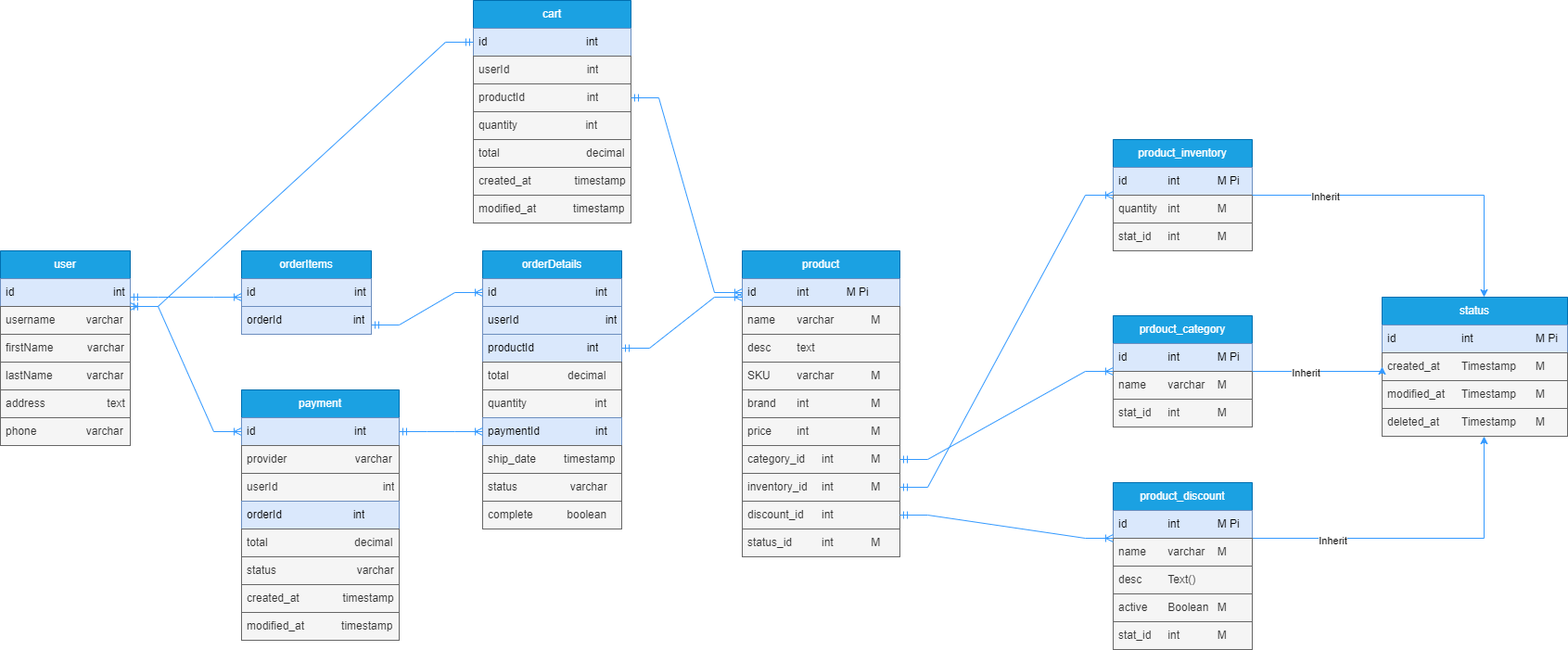
Above: ecommerce.png in sharifmajumdar/fs14-ecommerce-erd (draw.io), before the change. Source tidied: cells renumbered, new cells last; positions are measured from the earlier drawing's top-left corner, leaving out a move shared by most shapes.
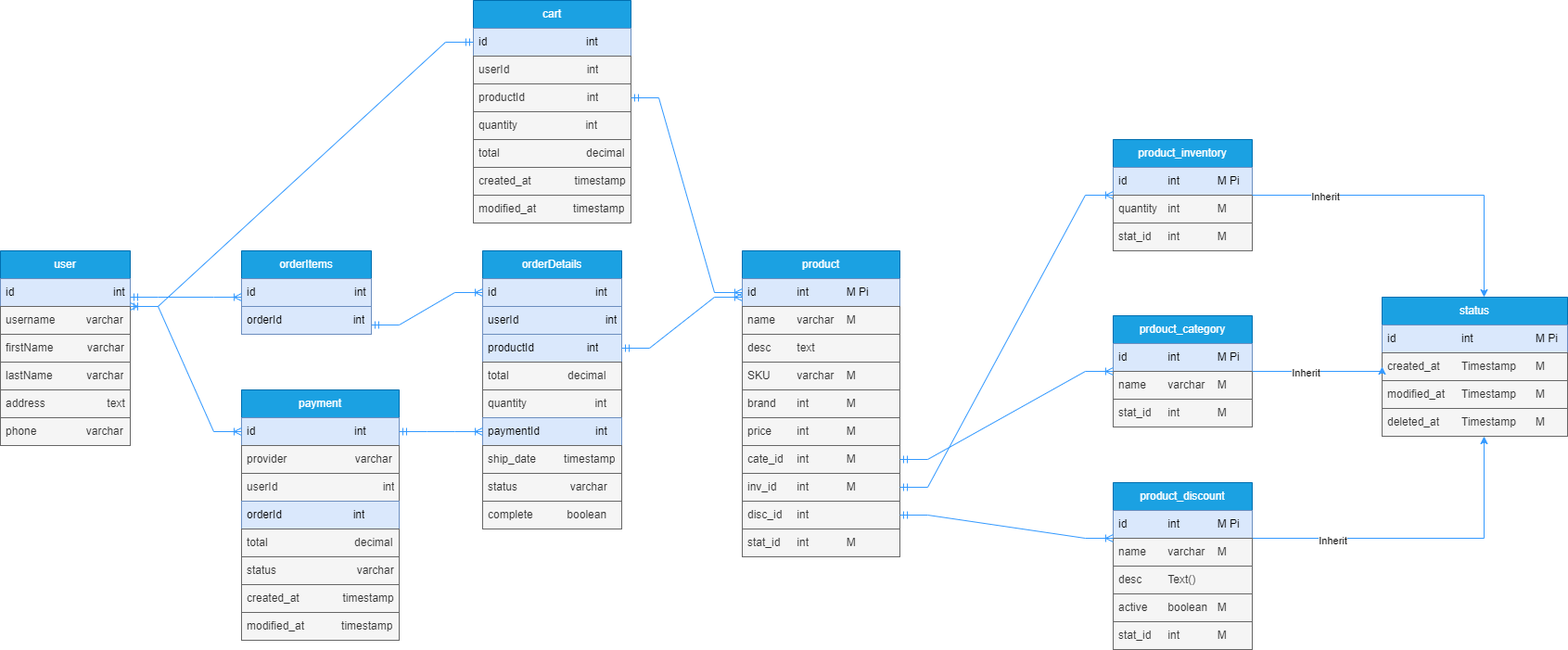
Later version of the same file.

What changed in the source:
```diff
@@ -77,31 +77,31 @@
     <mxCell id="25" value="id&lt;span style=&quot;white-space: pre;&quot;&gt;&#9;&lt;/span&gt;&lt;span style=&quot;white-space: pre;&quot;&gt;&#9;&lt;/span&gt;int&lt;span style=&quot;white-space: pre;&quot;&gt;&#9;&lt;/span&gt;&lt;span style=&quot;white-space: pre;&quot;&gt;&#9;&lt;/span&gt;M Pi" style="text;strokeColor=#6c8ebf;fillColor=#dae8fc;align=left;verticalAlign=middle;spacingLeft=4;spacingRight=4;overflow=hidden;points=[[0,0.5],[1,0.5]];portConstraint=eastwest;whiteSpace=wrap;html=1;" parent="24" vertex="1">
       <mxGeometry y="30" width="170" height="30" as="geometry" />
     </mxCell>
-    <mxCell id="26" value="name&lt;span style=&quot;white-space: pre;&quot;&gt;&#9;&lt;/span&gt;varchar&lt;span style=&quot;white-space: pre;&quot;&gt;&#9;&lt;span style=&quot;white-space: pre;&quot;&gt;&#9;&lt;/span&gt;&lt;/span&gt;M" style="text;strokeColor=#666666;fillColor=#f5f5f5;align=left;verticalAlign=middle;spacingLeft=4;spacingRight=4;overflow=hidden;whiteSpace=wrap;html=1;fontColor=#333333;" parent="24" vertex="1">
+    <mxCell id="26" value="name&lt;span style=&quot;white-space: pre;&quot;&gt;&#9;&lt;/span&gt;varchar&lt;span style=&quot;white-space: pre;&quot;&gt;&#9;&lt;/span&gt;M" style="text;strokeColor=#666666;fillColor=#f5f5f5;align=left;verticalAlign=middle;spacingLeft=4;spacingRight=4;overflow=hidden;whiteSpace=wrap;html=1;fontColor=#333333;" parent="24" vertex="1">
       <mxGeometry y="60" width="170" height="30" as="geometry" />
     </mxCell>
     <mxCell id="27" value="desc&lt;span style=&quot;white-space: pre;&quot;&gt;&#9;&lt;/span&gt;text&lt;span style=&quot;white-space: pre;&quot;&gt;&#9;&lt;/span&gt;" style="text;strokeColor=#666666;fillColor=#f5f5f5;align=left;verticalAlign=middle;spacingLeft=4;spacingRight=4;overflow=hidden;whiteSpace=wrap;html=1;fontColor=#333333;" parent="24" vertex="1">
       <mxGeometry y="90" width="170" height="30" as="geometry" />
     </mxCell>
-    <mxCell id="28" value="SKU&lt;span style=&quot;white-space: pre;&quot;&gt;&#9;&lt;/span&gt;&lt;span style=&quot;white-space: pre;&quot;&gt;&#9;&lt;/span&gt;varchar&lt;span style=&quot;white-space: pre;&quot;&gt;&#9;&lt;span style=&quot;white-space: pre;&quot;&gt;&#9;&lt;/span&gt;&lt;/span&gt;M" style="text;strokeColor=#666666;fillColor=#f5f5f5;align=left;verticalAlign=middle;spacingLeft=4;spacingRight=4;overflow=hidden;whiteSpace=wrap;html=1;fontColor=#333333;" parent="24" vertex="1">
+    <mxCell id="28" value="SKU&lt;span style=&quot;white-space: pre;&quot;&gt;&#9;&lt;/span&gt;&lt;span style=&quot;white-space: pre;&quot;&gt;&#9;&lt;/span&gt;varchar&lt;span style=&quot;white-space: pre;&quot;&gt;&#9;&lt;/span&gt;M" style="text;strokeColor=#666666;fillColor=#f5f5f5;align=left;verticalAlign=middle;spacingLeft=4;spacingRight=4;overflow=hidden;whiteSpace=wrap;html=1;fontColor=#333333;" parent="24" vertex="1">
       <mxGeometry y="120" width="170" height="30" as="geometry" />
     </mxCell>
-    <mxCell id="29" value="brand&lt;span style=&quot;white-space: pre;&quot;&gt;&#9;&lt;/span&gt;int&lt;span style=&quot;white-space: pre;&quot;&gt;&#9;&lt;/span&gt;&lt;span style=&quot;white-space: pre;&quot;&gt;&#9;&lt;span style=&quot;white-space: pre;&quot;&gt;&#9;&lt;/span&gt;&lt;/span&gt;M" style="text;strokeColor=#666666;fillColor=#f5f5f5;align=left;verticalAlign=middle;spacingLeft=4;spacingRight=4;overflow=hidden;whiteSpace=wrap;html=1;fontColor=#333333;" parent="24" vertex="1">
+    <mxCell id="29" value="brand&lt;span style=&quot;white-space: pre;&quot;&gt;&#9;&lt;/span&gt;int&lt;span style=&quot;white-space: pre;&quot;&gt;&#9;&lt;/span&gt;&lt;span style=&quot;white-space: pre;&quot;&gt;&#9;&lt;/span&gt;M" style="text;strokeColor=#666666;fillColor=#f5f5f5;align=left;verticalAlign=middle;spacingLeft=4;spacingRight=4;overflow=hidden;whiteSpace=wrap;html=1;fontColor=#333333;" parent="24" vertex="1">
       <mxGeometry y="150" width="170" height="30" as="geometry" />
     </mxCell>
-    <mxCell id="30" value="price&lt;span style=&quot;white-space: pre;&quot;&gt;&#9;&lt;/span&gt;int&lt;span style=&quot;white-space: pre;&quot;&gt;&#9;&lt;/span&gt;&lt;span style=&quot;white-space: pre;&quot;&gt;&#9;&lt;span style=&quot;white-space: pre;&quot;&gt;&#9;&lt;/span&gt;&lt;/span&gt;M" style="text;strokeColor=#666666;fillColor=#f5f5f5;align=left;verticalAlign=middle;spacingLeft=4;spacingRight=4;overflow=hidden;whiteSpace=wrap;html=1;fontColor=#333333;" parent="24" vertex="1">
+    <mxCell id="30" value="price&lt;span style=&quot;white-space: pre;&quot;&gt;&#9;&lt;/span&gt;int&lt;span style=&quot;white-space: pre;&quot;&gt;&#9;&lt;/span&gt;&lt;span style=&quot;white-space: pre;&quot;&gt;&#9;&lt;/span&gt;M" style="text;strokeColor=#666666;fillColor=#f5f5f5;align=left;verticalAlign=middle;spacingLeft=4;spacingRight=4;overflow=hidden;whiteSpace=wrap;html=1;fontColor=#333333;" parent="24" vertex="1">
       <mxGeometry y="180" width="170" height="30" as="geometry" />
     </mxCell>
-    <mxCell id="31" value="category_id&lt;span style=&quot;white-space: pre;&quot;&gt;&#9;&lt;/span&gt;int&lt;span style=&quot;white-space: pre;&quot;&gt;&#9;&lt;span style=&quot;white-space: pre;&quot;&gt;&#9;&lt;/span&gt;&lt;/span&gt;M" style="text;strokeColor=#666666;fillColor=#f5f5f5;align=left;verticalAlign=middle;spacingLeft=4;spacingRight=4;overflow=hidden;points=[[0,0.5],[1,0.5]];portConstraint=eastwest;whiteSpace=wrap;html=1;fontColor=#333333;" parent="24" vertex="1">
+    <mxCell id="31" value="cate_id&lt;span style=&quot;white-space: pre;&quot;&gt;&#9;&lt;/span&gt;int&lt;span style=&quot;white-space: pre;&quot;&gt;&#9;&lt;/span&gt;&lt;span style=&quot;white-space: pre;&quot;&gt;&#9;&lt;/span&gt;M" style="text;strokeColor=#666666;fillColor=#f5f5f5;align=left;verticalAlign=middle;spacingLeft=4;spacingRight=4;overflow=hidden;points=[[0,0.5],[1,0.5]];portConstraint=eastwest;whiteSpace=wrap;html=1;fontColor=#333333;" parent="24" vertex="1">
       <mxGeometry y="210" width="170" height="30" as="geometry" />
     </mxCell>
-    <mxCell id="32" value="inventory_id&lt;span style=&quot;white-space: pre;&quot;&gt;&#9;&lt;/span&gt;int&lt;span style=&quot;white-space: pre;&quot;&gt;&#9;&lt;span style=&quot;white-space: pre;&quot;&gt;&#9;&lt;/span&gt;&lt;/span&gt;M" style="text;strokeColor=#666666;fillColor=#f5f5f5;align=left;verticalAlign=middle;spacingLeft=4;spacingRight=4;overflow=hidden;points=[[0,0.5],[1,0.5]];portConstraint=eastwest;whiteSpace=wrap;html=1;fontColor=#333333;" parent="23" vertex="1">
+    <mxCell id="32" value="inv_id&lt;span style=&quot;white-space: pre;&quot;&gt;&#9;&lt;/span&gt;int&lt;span style=&quot;white-space: pre;&quot;&gt;&#9;&lt;/span&gt;&lt;span style=&quot;white-space: pre;&quot;&gt;&#9;&lt;/span&gt;M" style="text;strokeColor=#666666;fillColor=#f5f5f5;align=left;verticalAlign=middle;spacingLeft=4;spacingRight=4;overflow=hidden;points=[[0,0.5],[1,0.5]];portConstraint=eastwest;whiteSpace=wrap;html=1;fontColor=#333333;" parent="23" vertex="1">
       <mxGeometry y="240" width="170" height="30" as="geometry" />
     </mxCell>
-    <mxCell id="33" value="discount_id&lt;span style=&quot;white-space: pre;&quot;&gt;&#9;&lt;/span&gt;int&lt;span style=&quot;white-space: pre;&quot;&gt;&#9;&lt;/span&gt;&lt;span style=&quot;white-space: pre;&quot;&gt;&#9;&lt;/span&gt;" style="text;strokeColor=#666666;fillColor=#f5f5f5;align=left;verticalAlign=middle;spacingLeft=4;spacingRight=4;overflow=hidden;points=[[0,0.5],[1,0.5]];portConstraint=eastwest;whiteSpace=wrap;html=1;fontColor=#333333;" parent="23" vertex="1">
+    <mxCell id="33" value="disc_id&lt;span style=&quot;white-space: pre;&quot;&gt;&#9;&lt;/span&gt;int&lt;span style=&quot;white-space: pre;&quot;&gt;&#9;&lt;/span&gt;&lt;span style=&quot;white-space: pre;&quot;&gt;&#9;&lt;/span&gt;" style="text;strokeColor=#666666;fillColor=#f5f5f5;align=left;verticalAlign=middle;spacingLeft=4;spacingRight=4;overflow=hidden;points=[[0,0.5],[1,0.5]];portConstraint=eastwest;whiteSpace=wrap;html=1;fontColor=#333333;" parent="23" vertex="1">
       <mxGeometry y="270" width="170" height="30" as="geometry" />
     </mxCell>
-    <mxCell id="34" value="status_id&lt;span style=&quot;white-space: pre;&quot;&gt;&#9;&lt;span style=&quot;white-space: pre;&quot;&gt;&#9;&lt;/span&gt;&lt;/span&gt;int&lt;span style=&quot;white-space: pre;&quot;&gt;&#9;&lt;/span&gt;&lt;span style=&quot;white-space: pre;&quot;&gt;&#9;&lt;/span&gt;M" style="text;strokeColor=#666666;fillColor=#f5f5f5;align=left;verticalAlign=middle;spacingLeft=4;spacingRight=4;overflow=hidden;whiteSpace=wrap;html=1;fontColor=#333333;" parent="23" vertex="1">
+    <mxCell id="34" value="stat_id&lt;span style=&quot;white-space: pre;&quot;&gt;&#9;&lt;/span&gt;int&lt;span style=&quot;white-space: pre;&quot;&gt;&#9;&lt;/span&gt;&lt;span style=&quot;white-space: pre;&quot;&gt;&#9;&lt;/span&gt;M" style="text;strokeColor=#666666;fillColor=#f5f5f5;align=left;verticalAlign=middle;spacingLeft=4;spacingRight=4;overflow=hidden;whiteSpace=wrap;html=1;fontColor=#333333;" parent="23" vertex="1">
       <mxGeometry y="300" width="170" height="30" as="geometry" />
     </mxCell>
     <mxCell id="35" value="prdouct_category" style="swimlane;fontStyle=0;horizontal=1;startSize=30;whiteSpace=wrap;html=1;fillColor=#1ba1e2;strokeColor=#006EAF;fontColor=#ffffff;" parent="1" vertex="1">
@@ -136,7 +136,7 @@
     <mxCell id="44" value="desc&lt;span style=&quot;white-space: pre;&quot;&gt;&#9;&lt;/span&gt;Text()&lt;span style=&quot;white-space: pre;&quot;&gt;&#9;&lt;/span&gt;" style="text;strokeColor=#666666;fillColor=#f5f5f5;align=left;verticalAlign=middle;spacingLeft=4;spacingRight=4;overflow=hidden;whiteSpace=wrap;html=1;fontColor=#333333;" parent="41" vertex="1">
       <mxGeometry y="90" width="150" height="30" as="geometry" />
     </mxCell>
-    <mxCell id="45" value="active&#9;&lt;span style=&quot;white-space: pre;&quot;&gt;&#9;&lt;/span&gt;Boolean&lt;span style=&quot;border-color: var(--border-color);&quot;&gt;&#9;&lt;span style=&quot;white-space: pre;&quot;&gt;&#9;&lt;/span&gt;&lt;/span&gt;M" style="text;strokeColor=#666666;fillColor=#f5f5f5;align=left;verticalAlign=middle;spacingLeft=4;spacingRight=4;overflow=hidden;whiteSpace=wrap;html=1;fontColor=#333333;" parent="1" vertex="1">
+    <mxCell id="45" value="active&#9;&lt;span style=&quot;white-space: pre;&quot;&gt;&#9;&lt;/span&gt;boolean&lt;span style=&quot;border-color: var(--border-color);&quot;&gt;&#9;&lt;span style=&quot;white-space: pre;&quot;&gt;&#9;&lt;/span&gt;&lt;/span&gt;M" style="text;strokeColor=#666666;fillColor=#f5f5f5;align=left;verticalAlign=middle;spacingLeft=4;spacingRight=4;overflow=hidden;whiteSpace=wrap;html=1;fontColor=#333333;" parent="1" vertex="1">
       <mxGeometry x="1200" y="640" width="150" height="30" as="geometry" />
     </mxCell>
     <mxCell id="46" value="stat_id&lt;span style=&quot;white-space: pre;&quot;&gt;&#9;&lt;/span&gt;int&lt;span style=&quot;white-space: pre;&quot;&gt;&#9;&lt;/span&gt;&lt;span style=&quot;white-space: pre;&quot;&gt;&#9;&lt;/span&gt;M&lt;span style=&quot;white-space: pre;&quot;&gt;&#9;&lt;/span&gt;" style="text;strokeColor=#666666;fillColor=#f5f5f5;align=left;verticalAlign=middle;spacingLeft=4;spacingRight=4;overflow=hidden;whiteSpace=wrap;html=1;fontColor=#333333;" parent="1" vertex="1">
```
